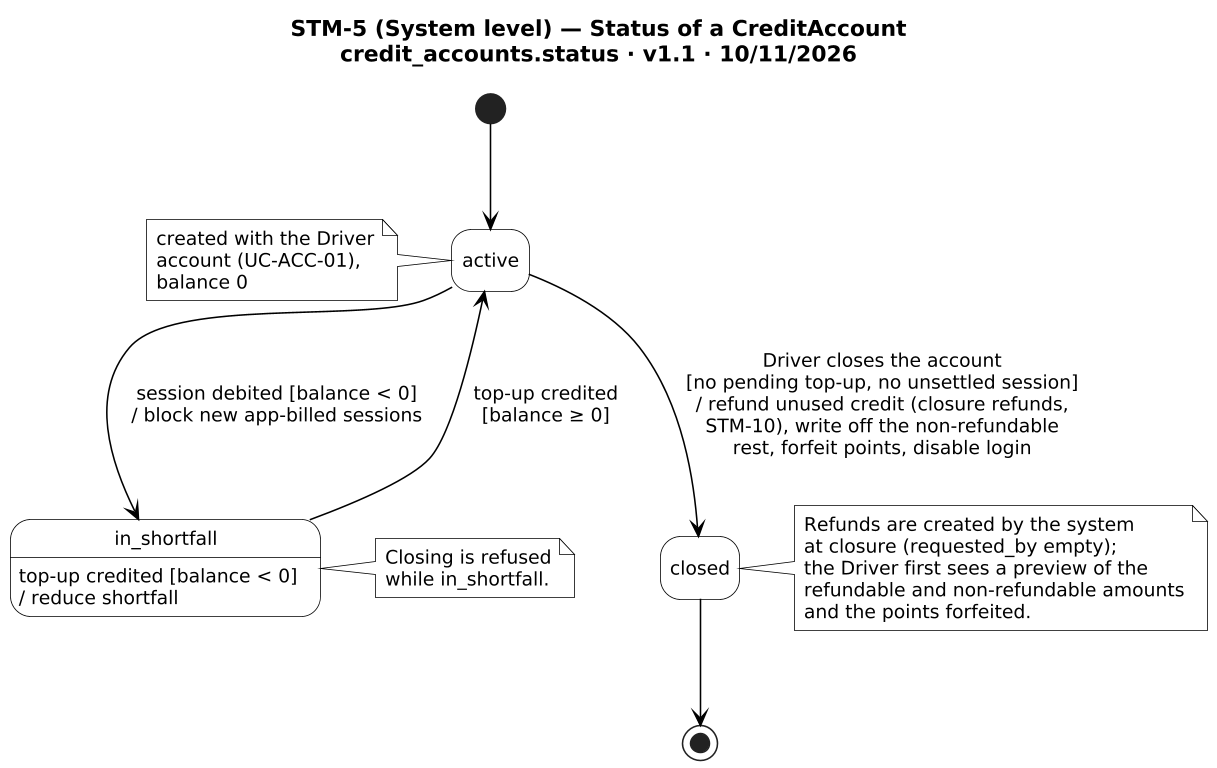
This is diagrams/report4/state/STM-5/STM-5.png from PowerMeApp/powerme, a PlantUML export, as it was before one commit.
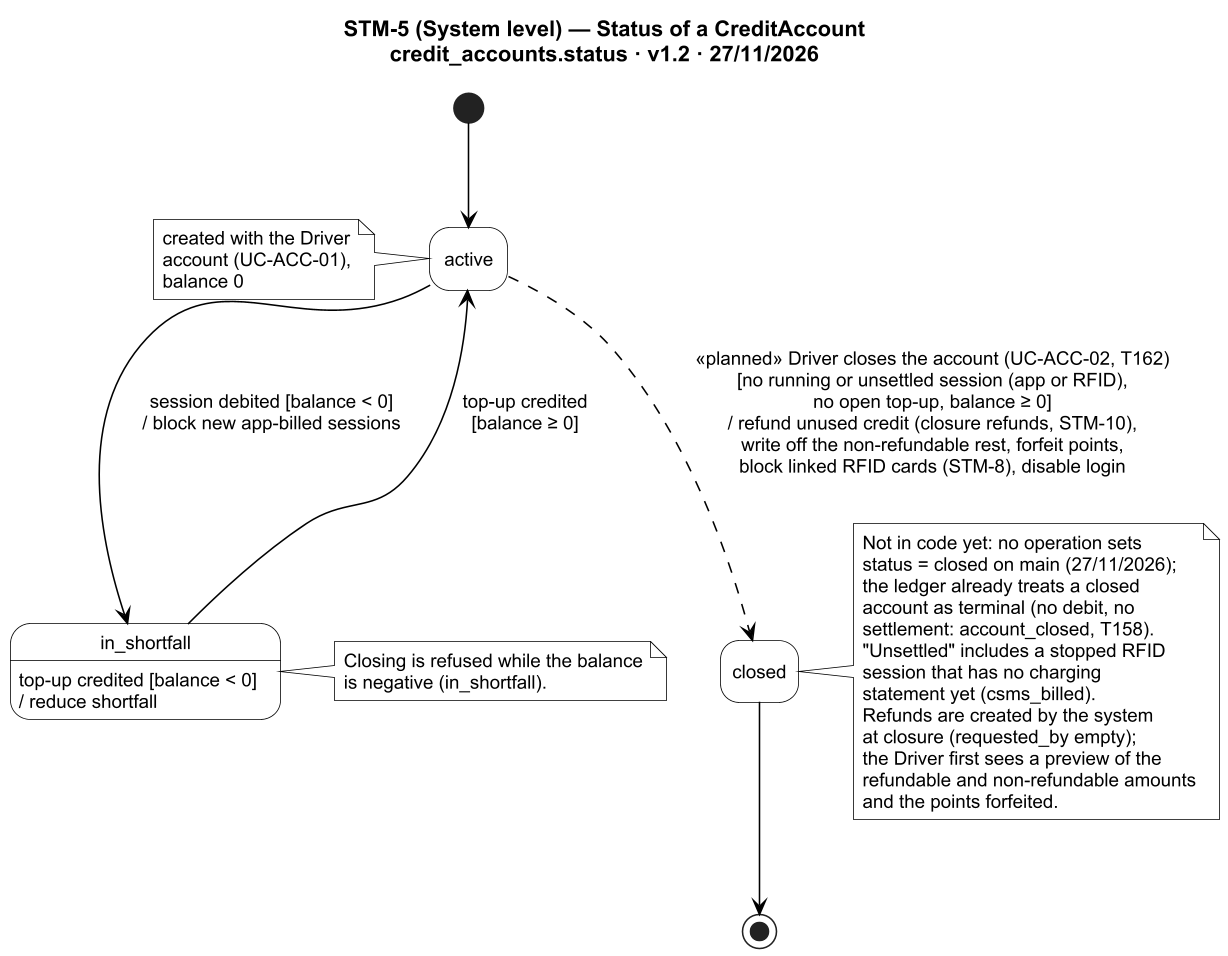
After the commit.

Diff of the diagram source:
```diff
@@ -1,6 +1,6 @@
 @startuml STM-5
 !include _style.iuml
-title STM-5 (System level) — Status of a CreditAccount\ncredit_accounts.status · v1.1 · 10/11/2026
+title STM-5 (System level) — Status of a CreditAccount\ncredit_accounts.status · v1.2 · 27/11/2026
 
 [*] --> active
 note left of active
@@ -11,13 +11,21 @@
 active --> in_shortfall : session debited [balance < 0]\n/ block new app-billed sessions
 in_shortfall : top-up credited [balance < 0]\n/ reduce shortfall
 in_shortfall --> active : top-up credited\n[balance ≥ 0]
-active --> closed : Driver closes the account\n[no pending top-up, no unsettled session]\n/ refund unused credit (closure refunds,\nSTM-10), write off the non-refundable\nrest, forfeit points, disable login
+active -[dashed]-> closed : «planned» Driver closes the account (UC-ACC-02, T162)\n[no running or unsettled session (app or RFID),\nno open top-up, balance ≥ 0]\n/ refund unused credit (closure refunds, STM-10),\nwrite off the non-refundable rest, forfeit points,\nblock linked RFID cards (STM-8), disable login
 closed --> [*]
 note right of in_shortfall
-  Closing is refused
-  while in_shortfall.
+  Closing is refused while the balance
+  is negative (in_shortfall).
 end note
 note right of closed
+  Not in code yet: no operation sets
+  status = closed on main (27/11/2026);
+  the ledger already treats a closed
+  account as terminal (no debit, no
+  settlement: account_closed, T158).
+  "Unsettled" includes a stopped RFID
+  session that has no charging
+  statement yet (csms_billed).
   Refunds are created by the system
   at closure (requested_by empty);
   the Driver first sees a preview of the
```
